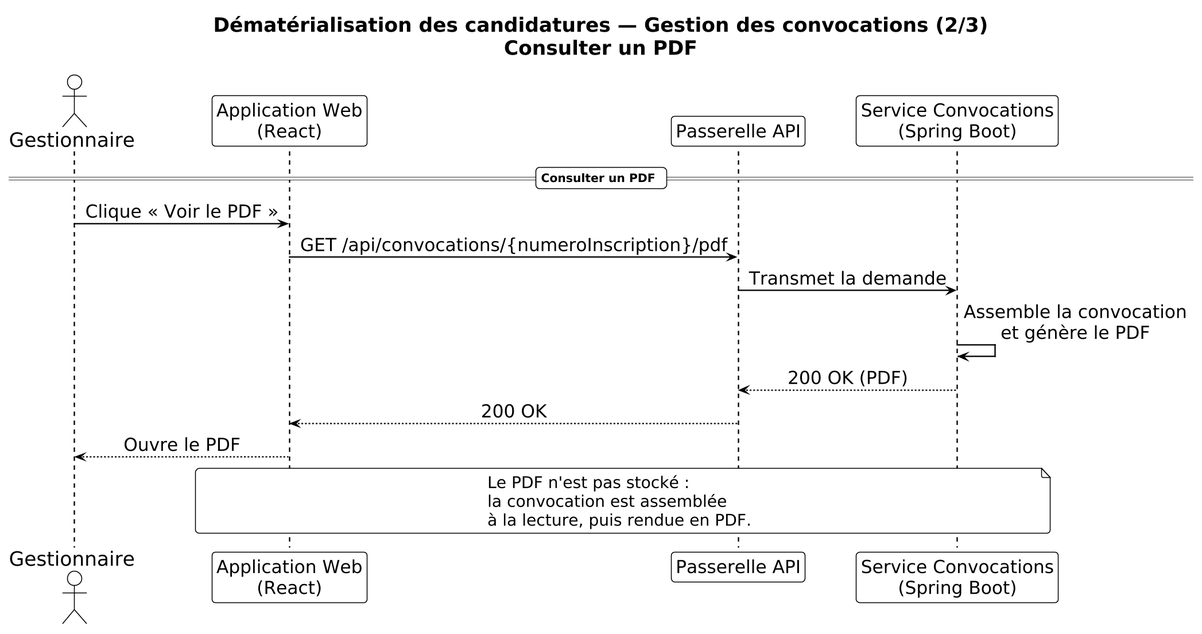
The PlantUML diagram diagramme-sequence-gestion-convocations-p2.png in mouadofficiel2003/PFE2, before a commit. The source it was exported from:
```plantuml
@startuml
!theme plain
skinparam shadowing false
skinparam roundcorner 8
skinparam dpi 150
skinparam sequenceMessageAlign center
skinparam responseMessageBelowArrow true

<style>
title {
  FontSize 26
  FontStyle bold
}
document {
  FontSize 22
}
sequenceDiagram {
  actor {
    FontSize 22
  }
  participant {
    FontSize 20
  }
  database {
    FontSize 20
  }
  arrow {
    FontSize 20
    LineThickness 1.5
  }
  divider {
    FontSize 20
  }
  group {
    FontSize 18
  }
  note {
    FontSize 18
  }
  lifeLine {
    LineThickness 1.5
  }
}
</style>

title Dématérialisation des candidatures — Gestion des convocations (2/3)\nConsulter un PDF

actor "Gestionnaire" as Gest
participant "Application Web\n(React)" as React
participant "Passerelle API" as GW
participant "Service Convocations\n(Spring Boot)" as Conv

== Consulter un PDF ==
Gest -> React : Clique « Voir le PDF »
React -> GW : GET /api/convocations/{numeroInscription}/pdf
GW -> Conv : Transmet la demande
Conv -> Conv : Assemble la convocation\net génère le PDF
Conv --> GW : 200 OK (PDF)
GW --> React : 200 OK
React --> Gest : Ouvre le PDF

note over React, Conv
  Le PDF n'est pas stocké :
  la convocation est assemblée
  à la lecture, puis rendue en PDF.
end note
@enduml
```
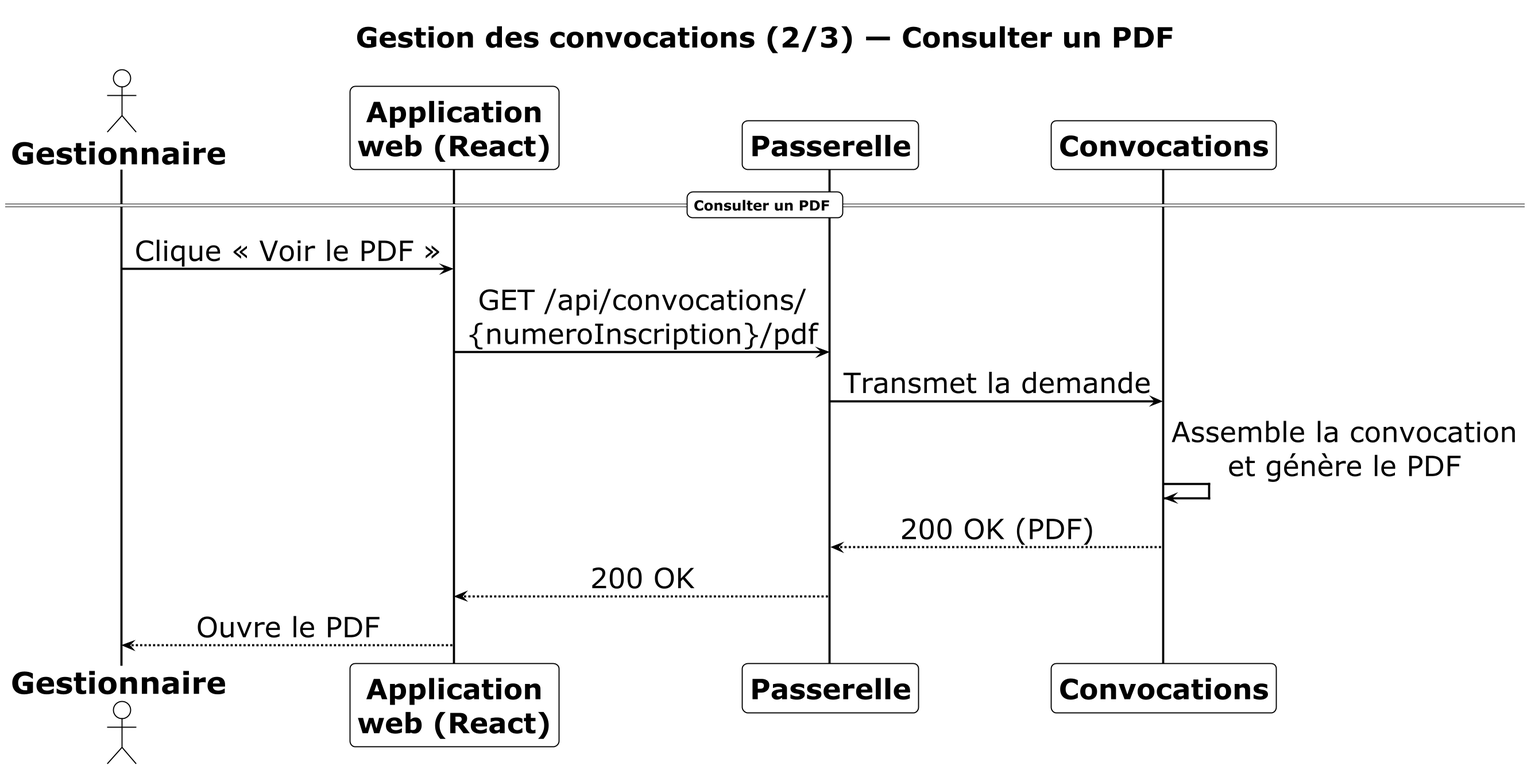
Later version of the same file.

What changed in the source:
```diff
@@ -1,67 +1,60 @@
-@startuml
+@startuml diagramme-sequence-gestion-convocations-p2
 !theme plain
 skinparam shadowing false
-skinparam roundcorner 8
-skinparam dpi 150
+skinparam roundcorner 10
+skinparam dpi 180
 skinparam sequenceMessageAlign center
-skinparam responseMessageBelowArrow true
+skinparam responseMessageBelowArrow false
 
 <style>
 title {
-  FontSize 26
+  FontSize 32
   FontStyle bold
+  Margin 8
 }
 document {
-  FontSize 22
+  FontSize 26
 }
 sequenceDiagram {
   actor {
-    FontSize 22
+    FontSize 28
+    FontStyle bold
+    Padding 10
   }
   participant {
-    FontSize 20
-  }
-  database {
-    FontSize 20
+    FontSize 26
+    FontStyle bold
+    Padding 10
   }
   arrow {
-    FontSize 20
-    LineThickness 1.5
+    FontSize 26
+    LineThickness 2
   }
   divider {
-    FontSize 20
-  }
-  group {
-    FontSize 18
-  }
-  note {
-    FontSize 18
+    FontSize 24
+    FontStyle bold
   }
   lifeLine {
-    LineThickness 1.5
+    LineThickness 2
   }
 }
 </style>
 
-title Dématérialisation des candidatures — Gestion des convocations (2/3)\nConsulter un PDF
+title Gestion des convocations (2/3) — Consulter un PDF
 
 actor "Gestionnaire" as Gest
-participant "Application Web\n(React)" as React
-participant "Passerelle API" as GW
-participant "Service Convocations\n(Spring Boot)" as Conv
+participant "Application\nweb (React)" as React
+participant "Passerelle" as GW
+participant "Convocations" as Conv
 
 == Consulter un PDF ==
+
 Gest -> React : Clique « Voir le PDF »
-React -> GW : GET /api/convocations/{numeroInscription}/pdf
+React -> GW : GET /api/convocations/\n{numeroInscription}/pdf
 GW -> Conv : Transmet la demande
 Conv -> Conv : Assemble la convocation\net génère le PDF
 Conv --> GW : 200 OK (PDF)
 GW --> React : 200 OK
 React --> Gest : Ouvre le PDF
 
-note over React, Conv
-  Le PDF n'est pas stocké :
-  la convocation est assemblée
-  à la lecture, puis rendue en PDF.
-end note
 @enduml
```
